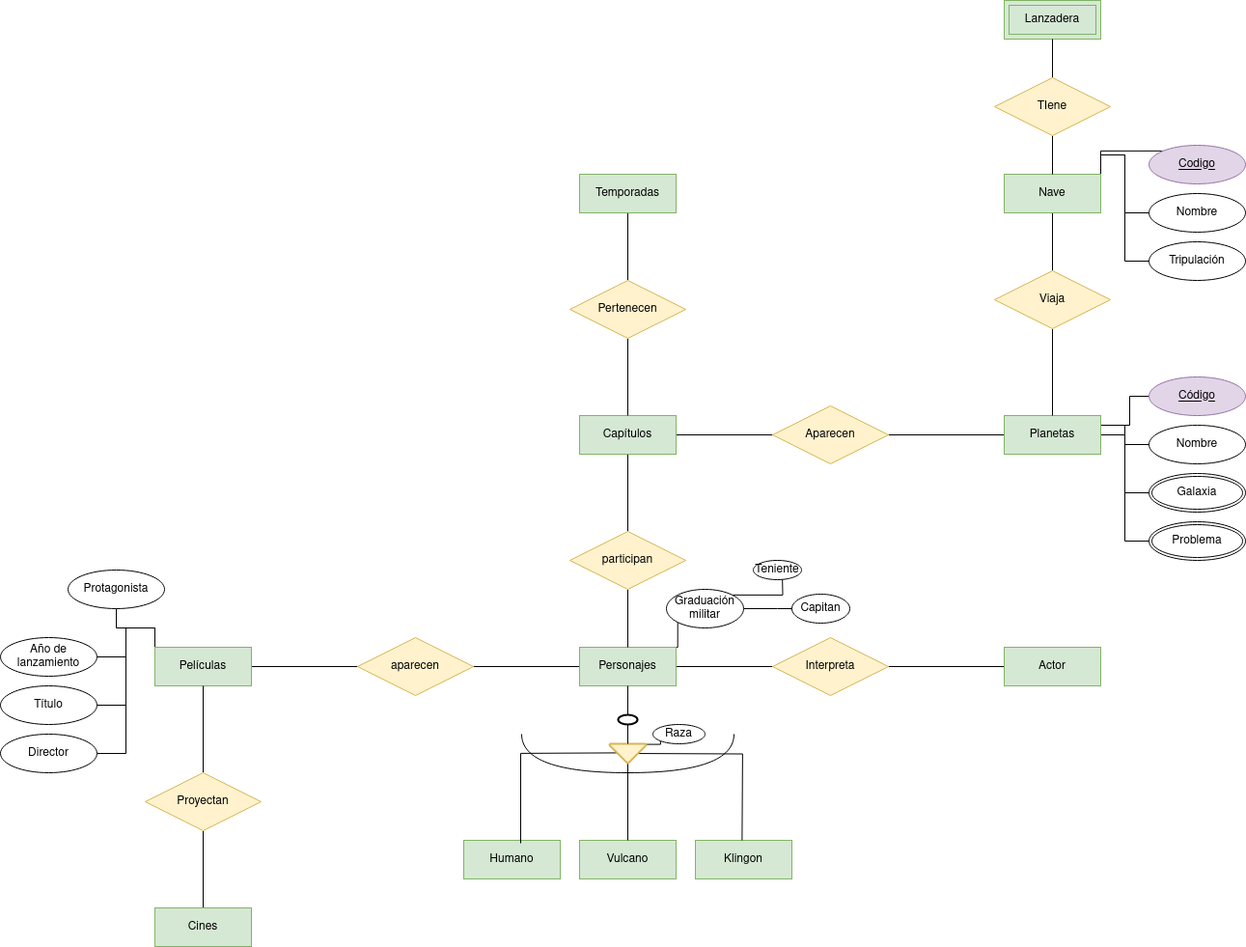
Above: Unidad-1/Tareas/Tarea-evaluable3/Diagrama sin título.drawio.png in jdrguez/2-Daw (draw.io), before the change. Source tidied: cells renumbered, new cells last; positions are measured from the earlier drawing's top-left corner, leaving out a move shared by most shapes.
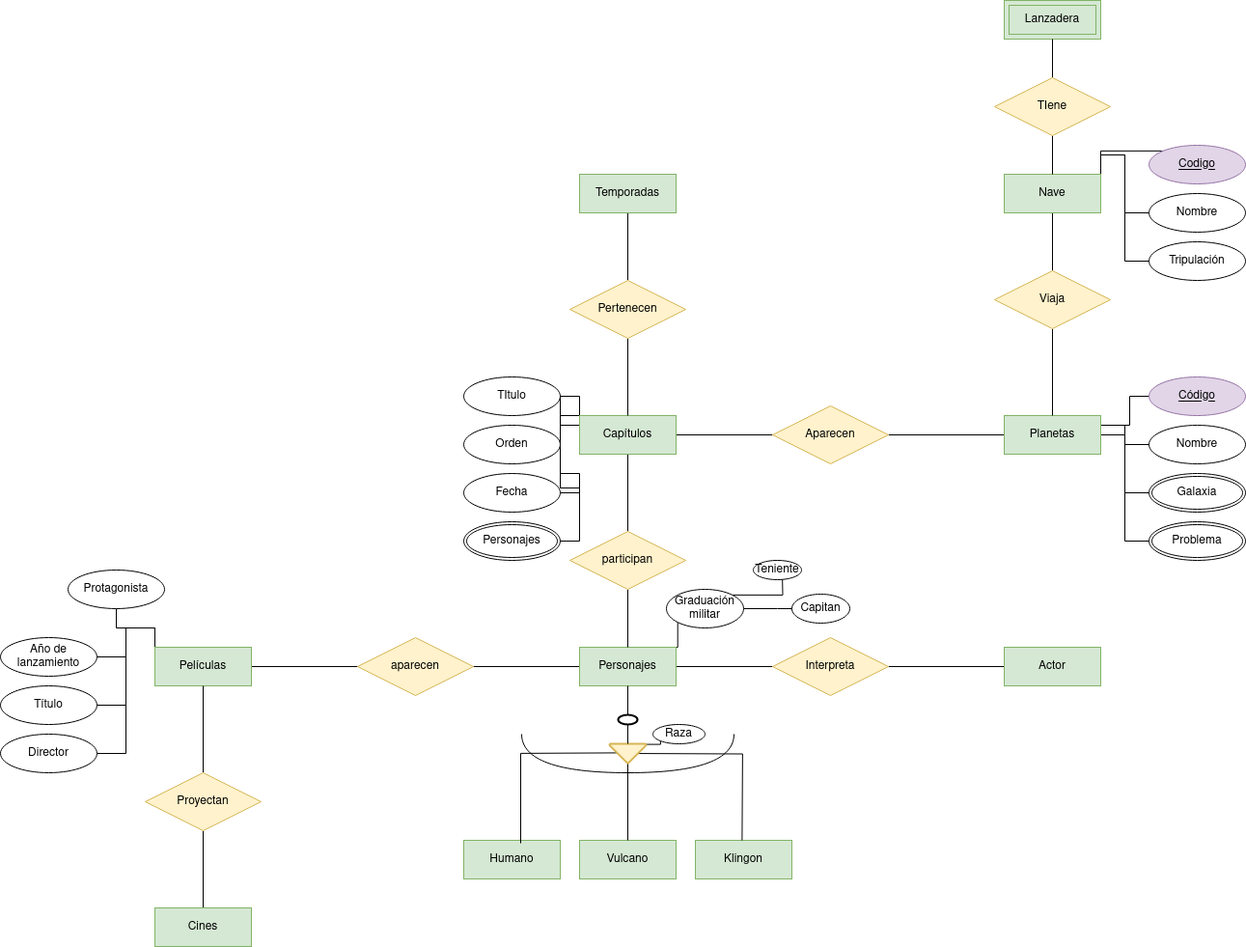
After the change.

What changed in the source:
```diff
@@ -70,6 +70,18 @@
     <mxCell id="22" style="edgeStyle=orthogonalEdgeStyle;rounded=0;jettySize=auto;html=1;exitX=1;exitY=0.5;exitDx=0;exitDy=0;entryX=0;entryY=0.5;entryDx=0;entryDy=0;endArrow=none;endFill=0;" parent="1" edge="1" source="23" target="42">
       <mxGeometry relative="1" as="geometry" />
     </mxCell>
+    <mxCell id="76" style="edgeStyle=orthogonalEdgeStyle;rounded=0;jettySize=auto;html=1;exitX=0;exitY=0;exitDx=0;exitDy=0;entryX=1;entryY=0.5;entryDx=0;entryDy=0;endArrow=none;endFill=0;" parent="1" edge="1" source="23" target="80">
+      <mxGeometry relative="1" as="geometry" />
+    </mxCell>
+    <mxCell id="77" style="edgeStyle=orthogonalEdgeStyle;rounded=0;jettySize=auto;html=1;exitX=0;exitY=0;exitDx=0;exitDy=0;entryX=1;entryY=0.5;entryDx=0;entryDy=0;endArrow=none;endFill=0;" parent="1" edge="1" source="23" target="81">
+      <mxGeometry relative="1" as="geometry" />
+    </mxCell>
+    <mxCell id="78" style="edgeStyle=orthogonalEdgeStyle;rounded=0;jettySize=auto;html=1;exitX=0;exitY=0.25;exitDx=0;exitDy=0;entryX=1;entryY=0.5;entryDx=0;entryDy=0;endArrow=none;endFill=0;" parent="1" edge="1" source="23" target="82">
+      <mxGeometry relative="1" as="geometry" />
+    </mxCell>
+    <mxCell id="79" style="edgeStyle=orthogonalEdgeStyle;rounded=0;jettySize=auto;html=1;exitX=0;exitY=0;exitDx=0;exitDy=0;entryX=1;entryY=0.5;entryDx=0;entryDy=0;endArrow=none;endFill=0;" parent="1" edge="1" source="23" target="83">
+      <mxGeometry relative="1" as="geometry" />
+    </mxCell>
     <mxCell id="23" value="Capítulos" style="whiteSpace=wrap;html=1;align=center;fillColor=#d5e8d4;strokeColor=#82b366;" parent="1" vertex="1">
       <mxGeometry x="600" y="430" width="100" height="40" as="geometry" />
     </mxCell>
@@ -238,5 +250,17 @@
     <mxCell id="75" value="Tripulación" style="ellipse;whiteSpace=wrap;html=1;align=center;" parent="1" vertex="1">
       <mxGeometry x="1190" y="250" width="100" height="40" as="geometry" />
     </mxCell>
+    <mxCell id="80" value="TItulo" style="ellipse;whiteSpace=wrap;html=1;align=center;" parent="1" vertex="1">
+      <mxGeometry x="480" y="390" width="100" height="40" as="geometry" />
+    </mxCell>
+    <mxCell id="81" value="Orden" style="ellipse;whiteSpace=wrap;html=1;align=center;" parent="1" vertex="1">
+      <mxGeometry x="480" y="440" width="100" height="40" as="geometry" />
+    </mxCell>
+    <mxCell id="82" value="Fecha" style="ellipse;whiteSpace=wrap;html=1;align=center;" parent="1" vertex="1">
+      <mxGeometry x="480" y="490" width="100" height="40" as="geometry" />
+    </mxCell>
+    <mxCell id="83" value="Personajes" style="ellipse;shape=doubleEllipse;margin=3;whiteSpace=wrap;html=1;align=center;" parent="1" vertex="1">
+      <mxGeometry x="480" y="540" width="100" height="40" as="geometry" />
+    </mxCell>
   </root>
 </mxGraphModel>
```
